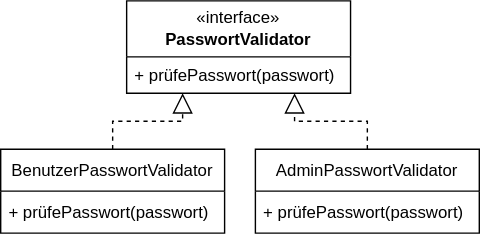
xThale/Seminararbeit keeps this draw.io diagram as tex/img/OCP.svg. Above is the earlier version. Source tidied: cells renumbered, new cells last; positions are measured from the earlier drawing's top-left corner, leaving out a move shared by most shapes.
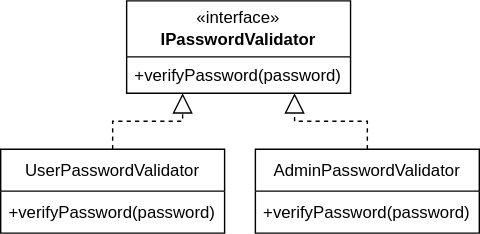
Later version of the same file.

What changed in the source:
```diff
@@ -5,19 +5,19 @@
     <mxCell id="2" style="swimlane;fontStyle=0;horizontal=1;startSize=40;fillColor=none;" parent="1" vertex="1">
       <mxGeometry x="90" width="160" height="66" as="geometry" />
     </mxCell>
-    <mxCell id="3" value="+ prüfePasswort(passwort)" style="text;strokeColor=none;fillColor=none;align=left;verticalAlign=top;spacingLeft=4;spacingRight=4;overflow=hidden;" parent="2" vertex="1">
+    <mxCell id="3" value="+verifyPassword(password)" style="text;strokeColor=none;fillColor=none;align=left;verticalAlign=top;spacingLeft=4;spacingRight=4;overflow=hidden;" parent="2" vertex="1">
       <mxGeometry y="40" width="160" height="26" as="geometry" />
     </mxCell>
-    <mxCell id="4" value="BenutzerPasswortValidator" style="swimlane;fontStyle=0;horizontal=1;startSize=30;" parent="1" vertex="1">
+    <mxCell id="4" value="UserPasswordValidator" style="swimlane;fontStyle=0;horizontal=1;startSize=30;" parent="1" vertex="1">
       <mxGeometry y="106" width="160" height="60" as="geometry" />
     </mxCell>
-    <mxCell id="5" value="+ prüfePasswort(passwort)" style="text;strokeColor=none;fillColor=none;align=left;verticalAlign=middle;spacingLeft=4;spacingRight=4;overflow=hidden;" parent="4" vertex="1">
+    <mxCell id="5" value="+verifyPassword(password)" style="text;strokeColor=none;fillColor=none;align=left;verticalAlign=middle;spacingLeft=4;spacingRight=4;overflow=hidden;" parent="4" vertex="1">
       <mxGeometry y="30" width="160" height="30" as="geometry" />
     </mxCell>
-    <mxCell id="6" value="AdminPasswortValidator" style="swimlane;fontStyle=0;horizontal=1;startSize=30;" parent="1" vertex="1">
+    <mxCell id="6" value="AdminPasswordValidator" style="swimlane;fontStyle=0;horizontal=1;startSize=30;" parent="1" vertex="1">
       <mxGeometry x="182" y="106" width="160" height="60" as="geometry" />
     </mxCell>
-    <mxCell id="7" value="+ prüfePasswort(passwort)" style="text;strokeColor=none;fillColor=none;align=left;verticalAlign=middle;spacingLeft=4;spacingRight=4;overflow=hidden;" parent="6" vertex="1">
+    <mxCell id="7" value="+verifyPassword(password)" style="text;strokeColor=none;fillColor=none;align=left;verticalAlign=middle;spacingLeft=4;spacingRight=4;overflow=hidden;" parent="6" vertex="1">
       <mxGeometry y="30" width="160" height="30" as="geometry" />
     </mxCell>
     <mxCell id="8" style="endArrow=block;dashed=1;endFill=0;endSize=12;html=1;rounded=0;edgeStyle=orthogonalEdgeStyle;exitX=0.5;exitY=0;exitDx=0;exitDy=0;entryX=0.25;entryY=1;entryDx=0;entryDy=0;" parent="1" edge="1" source="4" target="2">
@@ -26,7 +26,7 @@
     <mxCell id="9" style="endArrow=block;dashed=1;endFill=0;endSize=12;html=1;rounded=0;edgeStyle=orthogonalEdgeStyle;entryX=0.75;entryY=1;entryDx=0;entryDy=0;exitX=0.5;exitY=0;exitDx=0;exitDy=0;" parent="1" edge="1" source="6" target="2">
       <mxGeometry relative="1" as="geometry" />
     </mxCell>
-    <mxCell id="10" value="PasswortValidator" style="text;align=center;fontStyle=1;verticalAlign=middle;spacingLeft=3;spacingRight=3;strokeColor=none;" parent="1" vertex="1">
+    <mxCell id="10" value="IPasswordValidator" style="text;align=center;fontStyle=1;verticalAlign=middle;spacingLeft=3;spacingRight=3;strokeColor=none;" parent="1" vertex="1">
       <mxGeometry x="100" y="14" width="140" height="26" as="geometry" />
     </mxCell>
     <mxCell id="11" value="&lt;span&gt;«interface»&lt;/span&gt;" style="text;html=1;strokeColor=none;fillColor=none;align=center;verticalAlign=middle;whiteSpace=wrap;rounded=0;" parent="1" vertex="1">
```
